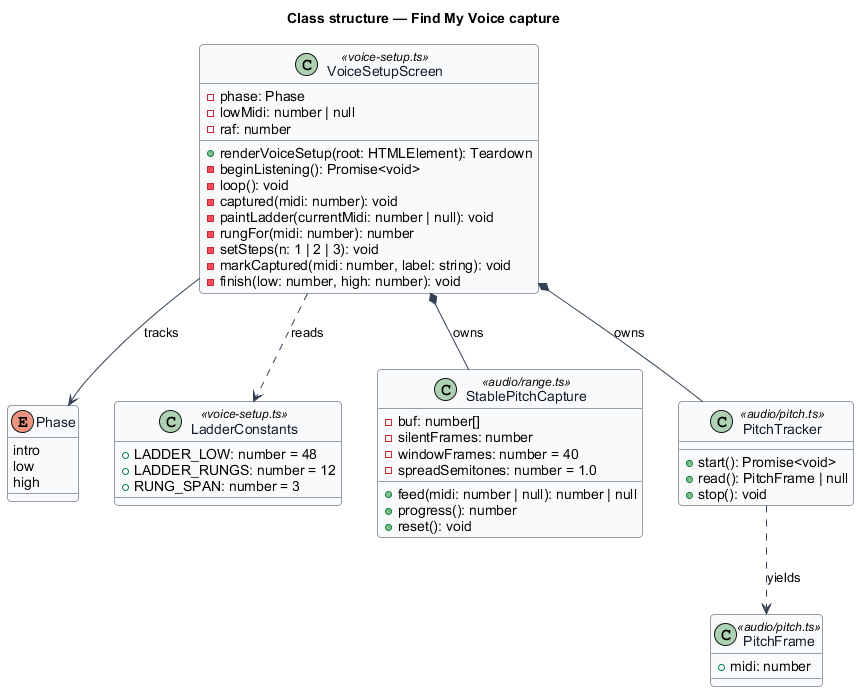
Above: docs/detailed-designs/voice-personalization/capture-vocal-range/diagrams/class-structure.png in QuinntyneBrown/TwinkleTune (PlantUML), before the change. Source of this version:
```plantuml
@startuml
skinparam backgroundColor #FFFFFF
skinparam shadowing false
skinparam roundcorner 8
skinparam defaultFontName Arial
skinparam ArrowColor #344054
skinparam class {
  BorderColor #344054
  FontColor #101828
  BackgroundColor #F9FAFB
}
title Class structure — Find My Voice capture

enum Phase {
  intro
  low
  high
}

class VoiceSetupScreen <<voice-setup.ts>> {
  -phase: Phase
  -lowMidi: number | null
  -raf: number
  +renderVoiceSetup(root: HTMLElement): Teardown
  -beginListening(): Promise<void>
  -loop(): void
  -captured(midi: number): void
  -paintLadder(currentMidi: number | null): void
  -rungFor(midi: number): number
  -setSteps(n: 1 | 2 | 3): void
  -markCaptured(midi: number, label: string): void
  -finish(low: number, high: number): void
}

class LadderConstants <<voice-setup.ts>> {
  +LADDER_LOW: number = 48
  +LADDER_RUNGS: number = 12
  +RUNG_SPAN: number = 3
}

class StablePitchCapture <<audio/range.ts>> {
  -buf: number[]
  -silentFrames: number
  -windowFrames: number = 40
  -spreadSemitones: number = 1.0
  +feed(midi: number | null): number | null
  +progress(): number
  +reset(): void
}

class PitchTracker <<audio/pitch.ts>> {
  +start(): Promise<void>
  +read(): PitchFrame | null
  +stop(): void
}

class PitchFrame <<audio/pitch.ts>> {
  +midi: number
}

VoiceSetupScreen --> Phase : tracks
VoiceSetupScreen *-- StablePitchCapture : owns
VoiceSetupScreen *-- PitchTracker : owns
VoiceSetupScreen ..> LadderConstants : reads
PitchTracker ..> PitchFrame : yields
@enduml
```
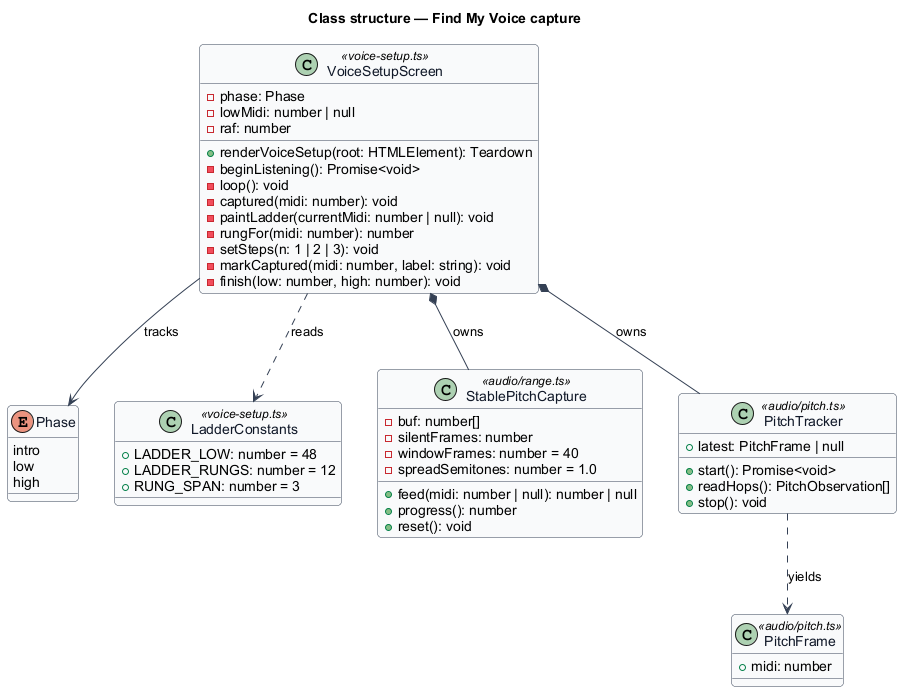
Above is the later version.

Diff of the diagram source:
```diff
@@ -50,7 +50,8 @@
 
 class PitchTracker <<audio/pitch.ts>> {
   +start(): Promise<void>
-  +read(): PitchFrame | null
+  +latest: PitchFrame | null
+  +readHops(): PitchObservation[]
   +stop(): void
 }
 
```
